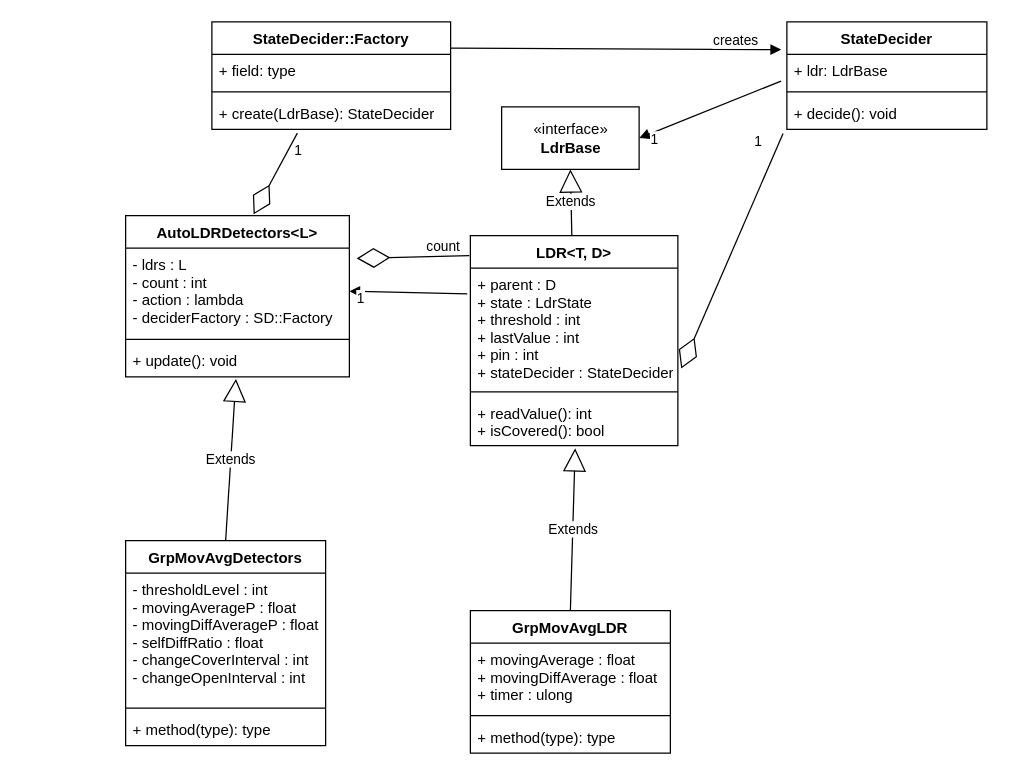
Above: docs/AutoLDR.drawio in SvenRosvall/AutoLdrSpotDetector (draw.io), before the change. Source tidied: cells renumbered, new cells numbered last; positions are measured from the earlier drawing's top-left corner, leaving out a move shared by most shapes. Both pictures are drawn from the tidied source at 125%, with x=0, y=0 at pixel (125, 21).
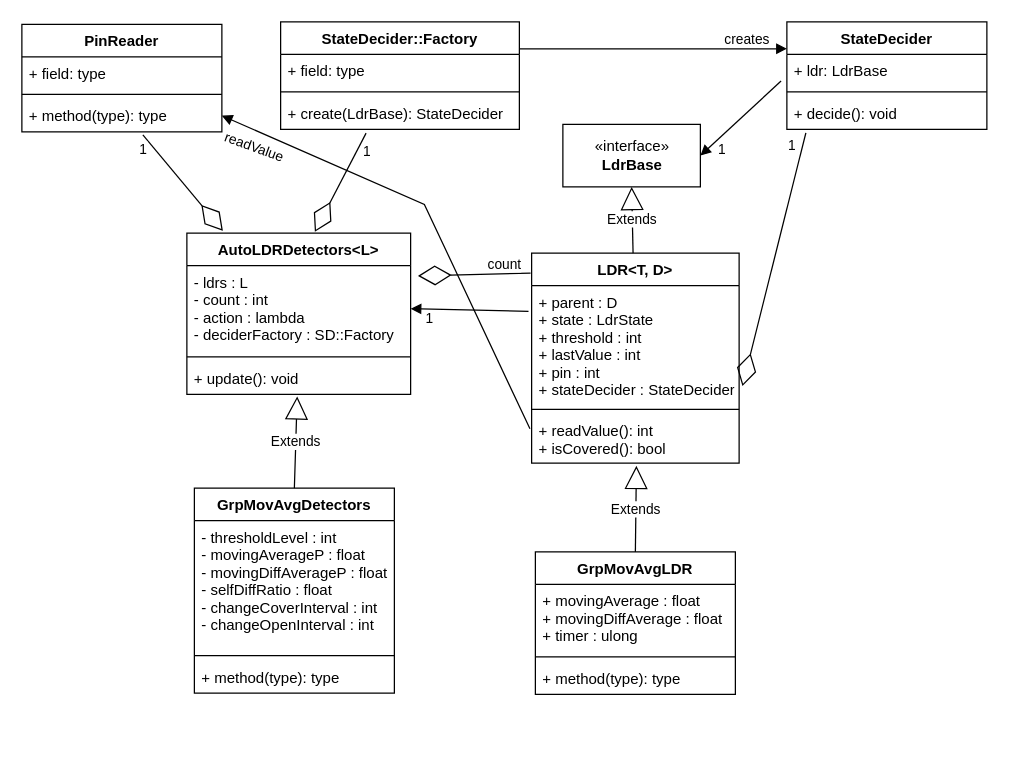
After the change.

The change refers to these unchanged cells:
```xml
<mxCell id="3" value="+ parent : D&#10;+ state : LdrState&#10;+ threshold : int&#10;+ lastValue : int&#10;+ pin : int&#10;+ stateDecider : StateDecider" style="text;strokeColor=none;fillColor=none;align=left;verticalAlign=top;spacingLeft=4;spacingRight=4;overflow=hidden;points=[[0,0.5],[1,0.5]];portConstraint=eastwest;" parent="2" vertex="1">
  <mxGeometry y="26" width="166" height="95" as="geometry" />
</mxCell>
<mxCell id="5" value="+ readValue(): int&#10;+ isCovered(): bool" style="text;strokeColor=none;fillColor=none;align=left;verticalAlign=top;spacingLeft=4;spacingRight=4;overflow=hidden;points=[[0,0.5],[1,0.5]];portConstraint=eastwest;" parent="2" vertex="1">
  <mxGeometry y="129" width="166" height="39" as="geometry" />
</mxCell>
<mxCell id="10" style="endArrow=block;endFill=1;html=1;align=left;verticalAlign=top;rounded=0;entryX=1;entryY=0.5;entryDx=0;entryDy=0;exitX=-0.015;exitY=0.216;exitDx=0;exitDy=0;exitPerimeter=0;" parent="1" edge="1" source="3" target="7">
  <mxGeometry x="-1" relative="1" as="geometry" />
</mxCell>
<mxCell id="26" value="StateDecider" style="swimlane;fontStyle=1;align=center;verticalAlign=top;horizontal=1;startSize=26;" parent="1" vertex="1">
  <mxGeometry x="529" width="160" height="86" as="geometry" />
</mxCell>
<mxCell id="29" value="+ decide(): void" style="text;strokeColor=none;fillColor=none;align=left;verticalAlign=top;spacingLeft=4;spacingRight=4;overflow=hidden;points=[[0,0.5],[1,0.5]];portConstraint=eastwest;" parent="26" vertex="1">
  <mxGeometry y="60" width="160" height="26" as="geometry" />
</mxCell>
<mxCell id="30" style="endArrow=block;endFill=1;html=1;align=left;verticalAlign=top;rounded=0;entryX=1;entryY=0.5;entryDx=0;entryDy=0;exitX=-0.029;exitY=0.821;exitDx=0;exitDy=0;exitPerimeter=0;" parent="1" edge="1" source="27" target="24">
  <mxGeometry x="-1" relative="1" as="geometry" />
</mxCell>
```

The edit, as a diff of the source:
```diff
@@
     <mxCell id="2" value="LDR&lt;T, D&gt;" style="swimlane;fontStyle=1;align=center;verticalAlign=top;horizontal=1;startSize=26;" parent="1" vertex="1">
-      <mxGeometry x="275.8" y="171" width="166" height="168" as="geometry" />
+      <mxGeometry x="324.8" y="185" width="166" height="168" as="geometry" />
     </mxCell>
@@
     <mxCell id="6" value="AutoLDRDetectors&lt;L&gt;" style="swimlane;fontStyle=1;align=center;verticalAlign=top;horizontal=1;startSize=26;" parent="1" vertex="1">
-      <mxGeometry y="155" width="179" height="129" as="geometry" />
+      <mxGeometry x="49" y="169" width="179" height="129" as="geometry" />
     </mxCell>
@@
     <mxCell id="11" value="1" style="edgeLabel;html=1;align=center;verticalAlign=middle;" parent="10" vertex="1">
       <mxGeometry x="0.82" y="3" relative="1" as="geometry">
-        <mxPoint y="2" as="offset" />
+        <mxPoint x="6" y="4" as="offset" />
       </mxGeometry>
     </mxCell>
     <mxCell id="12" value="GrpMovAvgLDR" style="swimlane;fontStyle=1;align=center;verticalAlign=top;horizontal=1;startSize=26;" parent="1" vertex="1">
-      <mxGeometry x="275.8" y="471" width="160" height="114" as="geometry" />
+      <mxGeometry x="327.8" y="424" width="160" height="114" as="geometry" />
     </mxCell>
@@
     <mxCell id="17" value="GrpMovAvgDetectors" style="swimlane;fontStyle=1;align=center;verticalAlign=top;horizontal=1;startSize=26;" parent="1" vertex="1">
-      <mxGeometry y="415" width="160" height="164" as="geometry" />
+      <mxGeometry x="55" y="373" width="160" height="164" as="geometry" />
     </mxCell>
@@
     <mxCell id="24" value="«interface»&lt;br&gt;&lt;b&gt;LdrBase&lt;/b&gt;" style="html=1;" parent="1" vertex="1">
-      <mxGeometry x="300.8" y="68" width="110" height="50" as="geometry" />
+      <mxGeometry x="349.8" y="82" width="110" height="50" as="geometry" />
     </mxCell>
@@
     <mxCell id="31" value="1" style="edgeLabel;html=1;align=center;verticalAlign=middle;" parent="30" vertex="1">
       <mxGeometry x="0.82" y="3" relative="1" as="geometry">
-        <mxPoint y="2" as="offset" />
+        <mxPoint x="9" y="-2" as="offset" />
       </mxGeometry>
     </mxCell>
-    <mxCell id="32" style="endArrow=diamondThin;endFill=0;endSize=24;html=1;rounded=0;entryX=1.016;entryY=0.846;entryDx=0;entryDy=0;entryPerimeter=0;exitX=-0.019;exitY=1.128;exitDx=0;exitDy=0;exitPerimeter=0;" parent="1" edge="1" source="29" target="3">
+    <mxCell id="32" style="endArrow=diamondThin;endFill=0;endSize=24;html=1;rounded=0;entryX=1.016;entryY=0.846;entryDx=0;entryDy=0;entryPerimeter=0;exitX=0.095;exitY=1.108;exitDx=0;exitDy=0;exitPerimeter=0;" parent="1" edge="1" source="29" target="3">
       <mxGeometry relative="1" as="geometry" />
     </mxCell>
     <mxCell id="33" value="1" style="edgeLabel;html=1;align=center;verticalAlign=middle;" parent="32" vertex="1">
       <mxGeometry x="-0.85" relative="1" as="geometry">
-        <mxPoint x="-14" y="-8" as="offset" />
+        <mxPoint x="-8" y="-6" as="offset" />
       </mxGeometry>
     </mxCell>
     <mxCell id="34" value="StateDecider::Factory" style="swimlane;fontStyle=1;align=center;verticalAlign=top;horizontal=1;startSize=26;" parent="1" vertex="1">
-      <mxGeometry x="69" width="191" height="86" as="geometry" />
+      <mxGeometry x="124" width="191" height="86" as="geometry" />
     </mxCell>
@@
-    <mxCell id="40" style="endArrow=block;endFill=1;html=1;align=left;verticalAlign=top;rounded=0;entryX=-0.029;entryY=-0.128;entryDx=0;entryDy=0;exitX=1;exitY=0.25;exitDx=0;exitDy=0;entryPerimeter=0;" parent="1" edge="1">
-      <mxGeometry x="-1" relative="1" as="geometry">
-        <mxPoint x="260" y="21" as="sourcePoint" />
-        <mxPoint x="524.4" y="22.2" as="targetPoint" />
-      </mxGeometry>
+    <mxCell id="40" style="endArrow=block;endFill=1;html=1;align=left;verticalAlign=top;rounded=0;entryX=0;entryY=0.25;entryDx=0;entryDy=0;exitX=1;exitY=0.25;exitDx=0;exitDy=0;" parent="1" edge="1" source="34" target="26">
+      <mxGeometry x="-1" relative="1" as="geometry" />
     </mxCell>
@@
+    <mxCell id="42" value="PinReader" style="swimlane;fontStyle=1;align=center;verticalAlign=top;horizontal=1;startSize=26;" parent="1" vertex="1">
+      <mxGeometry x="-83" y="2" width="160" height="86" as="geometry" />
+    </mxCell>
+    <mxCell id="43" value="+ field: type" style="text;strokeColor=none;fillColor=none;align=left;verticalAlign=top;spacingLeft=4;spacingRight=4;overflow=hidden;" parent="42" vertex="1">
+      <mxGeometry y="26" width="160" height="26" as="geometry" />
+    </mxCell>
+    <mxCell id="44" style="line;strokeWidth=1;fillColor=none;align=left;verticalAlign=middle;spacingTop=-1;spacingLeft=3;spacingRight=3;labelPosition=right;strokeColor=inherit;" parent="42" vertex="1">
+      <mxGeometry y="52" width="160" height="8" as="geometry" />
+    </mxCell>
+    <mxCell id="45" value="+ method(type): type" style="text;strokeColor=none;fillColor=none;align=left;verticalAlign=top;spacingLeft=4;spacingRight=4;overflow=hidden;points=[[0,0.5],[1,0.5]];portConstraint=eastwest;" parent="42" vertex="1">
+      <mxGeometry y="60" width="160" height="26" as="geometry" />
+    </mxCell>
+    <mxCell id="46" style="endArrow=diamondThin;endFill=0;endSize=24;html=1;rounded=0;entryX=0.161;entryY=-0.014;entryDx=0;entryDy=0;entryPerimeter=0;exitX=0.605;exitY=1.092;exitDx=0;exitDy=0;exitPerimeter=0;" parent="1" edge="1" source="45" target="6">
+      <mxGeometry relative="1" as="geometry" />
+    </mxCell>
+    <mxCell id="47" value="1" style="edgeLabel;html=1;align=center;verticalAlign=middle;" parent="46" vertex="1">
+      <mxGeometry x="-0.85" relative="1" as="geometry">
+        <mxPoint x="-5" y="6" as="offset" />
+      </mxGeometry>
+    </mxCell>
+    <mxCell id="48" style="endArrow=block;endFill=1;html=1;align=left;verticalAlign=top;rounded=0;entryX=1;entryY=0.5;entryDx=0;entryDy=0;exitX=-0.008;exitY=0.297;exitDx=0;exitDy=0;exitPerimeter=0;" parent="1" edge="1" source="5" target="45">
+      <mxGeometry x="-1" relative="1" as="geometry">
+        <Array as="points">
+          <mxPoint x="239" y="146" />
+        </Array>
+      </mxGeometry>
+    </mxCell>
+    <mxCell id="49" value="readValue" style="edgeLabel;html=1;align=center;verticalAlign=middle;rotation=20;" parent="48" vertex="1">
+      <mxGeometry x="0.82" y="3" relative="1" as="geometry">
+        <mxPoint x="-4" y="8" as="offset" />
+      </mxGeometry>
+    </mxCell>
```
